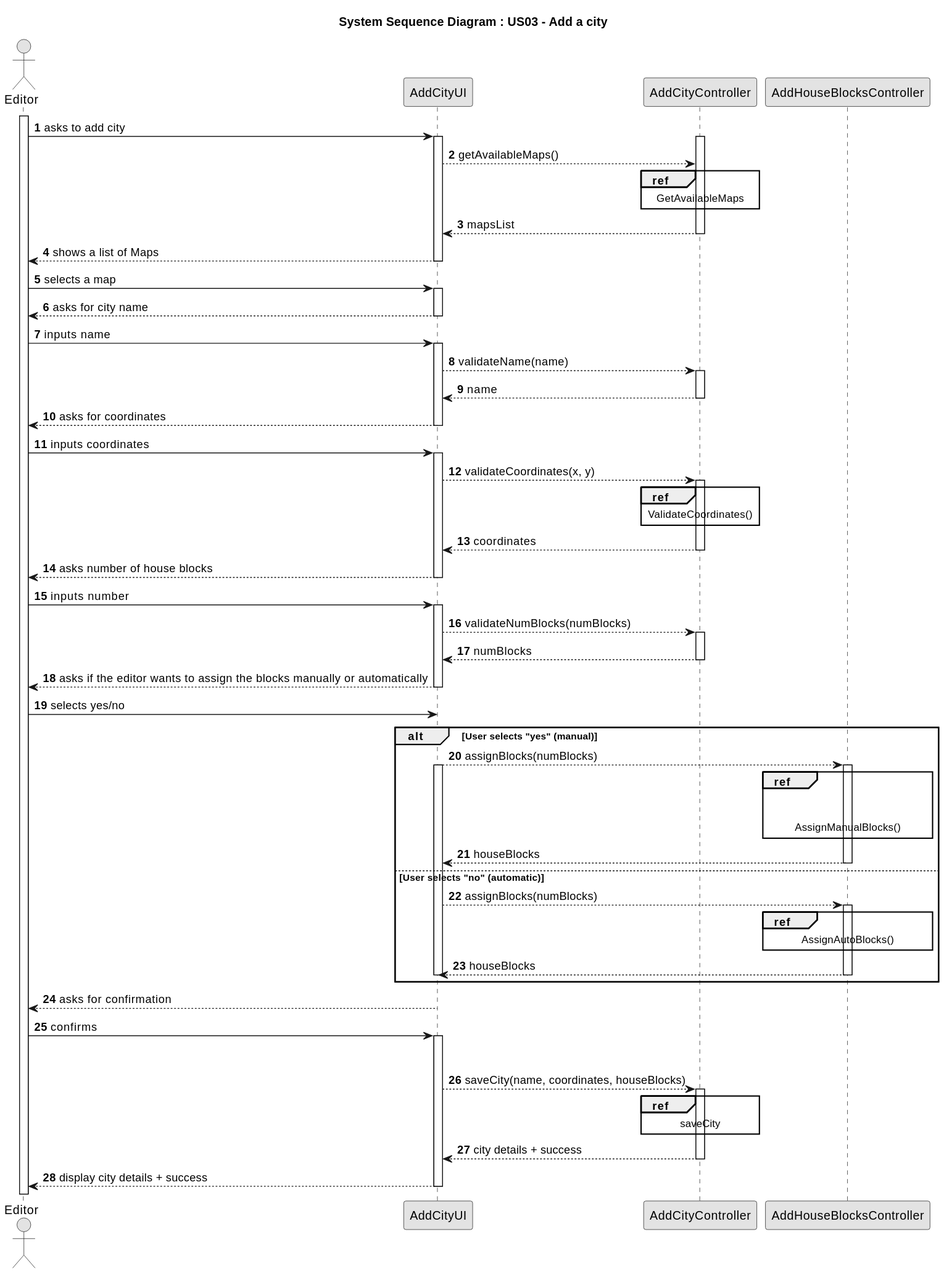
Before: docs/system-documentation/Sprint 2/US03/03.design/svg/US03-SD-split.svg, a diagram exported from PlantUML (HenriqueSilva18/Railway-Network-Simulator).
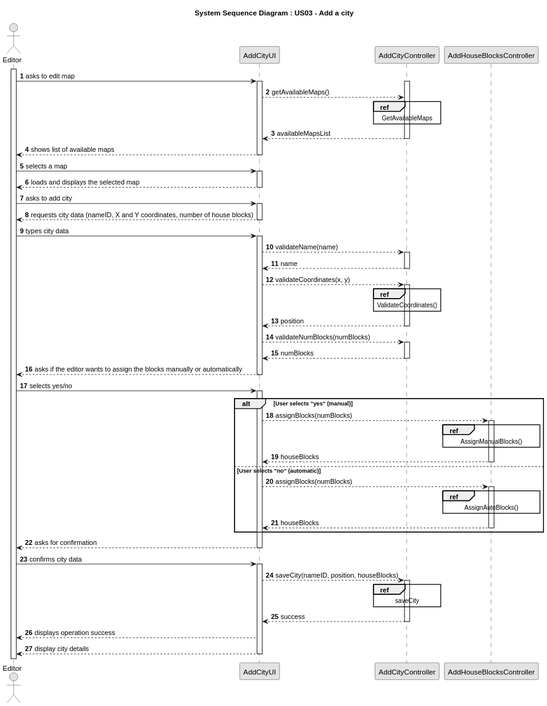
After the change.

What changed in the source:
```diff
@@ -9,95 +9,91 @@
 actor "Editor" as Editor
 participant AddCityUI
 participant AddCityController
-participant AddHouseBlocksController as AddBHouseBlocksController
+participant AddHouseBlocksController as AddHouseBlocksController
 
 activate Editor
+Editor -> AddCityUI : asks to edit map
+        activate AddCityUI
+        activate AddCityController
+        AddCityUI --> AddCityController : getAvailableMaps()
+
+        ref over AddCityController
+        GetAvailableMaps
+        end
+        AddCityController --> AddCityUI : availableMapsList
+        deactivate AddCityController
+
+        AddCityUI --> Editor: shows list of available maps
+        deactivate AddCityUI
+
+        Editor -> AddCityUI: selects a map
+        activate AddCityUI
+        AddCityUI --> Editor: loads and displays the selected map
+        deactivate AddCityUI
+
 Editor -> AddCityUI : asks to add city
         activate AddCityUI
-activate AddCityController
-AddCityUI --> AddCityController : getAvailableMaps()
-
-ref over AddCityController
-GetAvailableMaps
-end
-AddCityController --> AddCityUI : mapsList
-deactivate AddCityController
-
-        AddCityUI --> Editor: shows a list of Maps
-        deactivate AddCityUI
-        Editor -> AddCityUI: selects a map
-        activate AddCityUI
-        AddCityUI --> Editor : asks for city name
+        AddCityUI --> Editor : requests city data (nameID, X and Y coordinates, number of house blocks)
         deactivate AddCityUI
 
-
-    Editor -> AddCityUI: inputs name
-
+    Editor -> AddCityUI: types city data
         activate AddCityUI
         AddCityUI --> AddCityController: validateName(name)
         activate AddCityController
         AddCityController --> AddCityUI: name
         deactivate AddCityController
-        AddCityUI --> Editor: asks for coordinates
-        deactivate AddCityUI
-    Editor -> AddCityUI: inputs coordinates
-        activate AddCityUI
+
         AddCityUI --> AddCityController: validateCoordinates(x, y)
         activate AddCityController
         ref over AddCityController
         ValidateCoordinates()
         end
-        AddCityController --> AddCityUI: coordinates
+        AddCityController --> AddCityUI: position
         deactivate AddCityController
-        AddCityUI --> Editor: asks number of house blocks
-        deactivate AddCityUI
-    Editor -> AddCityUI: inputs number
-        activate AddCityUI
+
         AddCityUI --> AddCityController: validateNumBlocks(numBlocks)
         activate AddCityController
         AddCityController --> AddCityUI: numBlocks
         deactivate AddCityController
+
         AddCityUI --> Editor: asks if the editor wants to assign the blocks manually or automatically
         deactivate AddCityUI
+
     Editor -> AddCityUI: selects yes/no
+        activate AddCityUI
+
 alt User selects "yes" (manual)
-    AddCityUI --> AddBHouseBlocksController : assignBlocks(numBlocks)
-    activate AddBHouseBlocksController
-    activate AddCityUI
-    ref over AddBHouseBlocksController
-
-
+    AddCityUI --> AddHouseBlocksController : assignBlocks(numBlocks)
+    activate AddHouseBlocksController
+    ref over AddHouseBlocksController
         AssignManualBlocks()
     end
-    AddBHouseBlocksController --> AddCityUI : houseBlocks
-    deactivate AddBHouseBlocksController
+    AddHouseBlocksController --> AddCityUI : houseBlocks
+    deactivate AddHouseBlocksController
 
 else User selects "no" (automatic)
-    AddCityUI --> AddBHouseBlocksController : assignBlocks(numBlocks)
-    activate AddBHouseBlocksController
-    ref over AddBHouseBlocksController
+    AddCityUI --> AddHouseBlocksController : assignBlocks(numBlocks)
+    activate AddHouseBlocksController
+    ref over AddHouseBlocksController
         AssignAutoBlocks()
     end
-    AddBHouseBlocksController --> AddCityUI : houseBlocks
-    deactivate AddCityUI
-    deactivate AddBHouseBlocksController
+    AddHouseBlocksController --> AddCityUI : houseBlocks
+    deactivate AddHouseBlocksController
+end alt
 
-end alt
         AddCityUI --> Editor: asks for confirmation
         deactivate AddCityUI
-        Editor -> AddCityUI: confirms
 
+        Editor -> AddCityUI: confirms city data
         activate AddCityUI
-
-        deactivate AddCityController
-        AddCityUI --> AddCityController: saveCity(name, coordinates, houseBlocks)
+        AddCityUI --> AddCityController: saveCity(nameID, position, houseBlocks)
         activate AddCityController
         ref over AddCityController
         saveCity
         end
-        AddCityController --> AddCityUI: city details + success
+        AddCityController --> AddCityUI: success
         deactivate AddCityController
-        AddCityUI --> Editor: display city details + success
-
+        AddCityUI --> Editor: displays operation success
+        AddCityUI --> Editor: display city details
         deactivate AddCityUI
 @enduml
```
